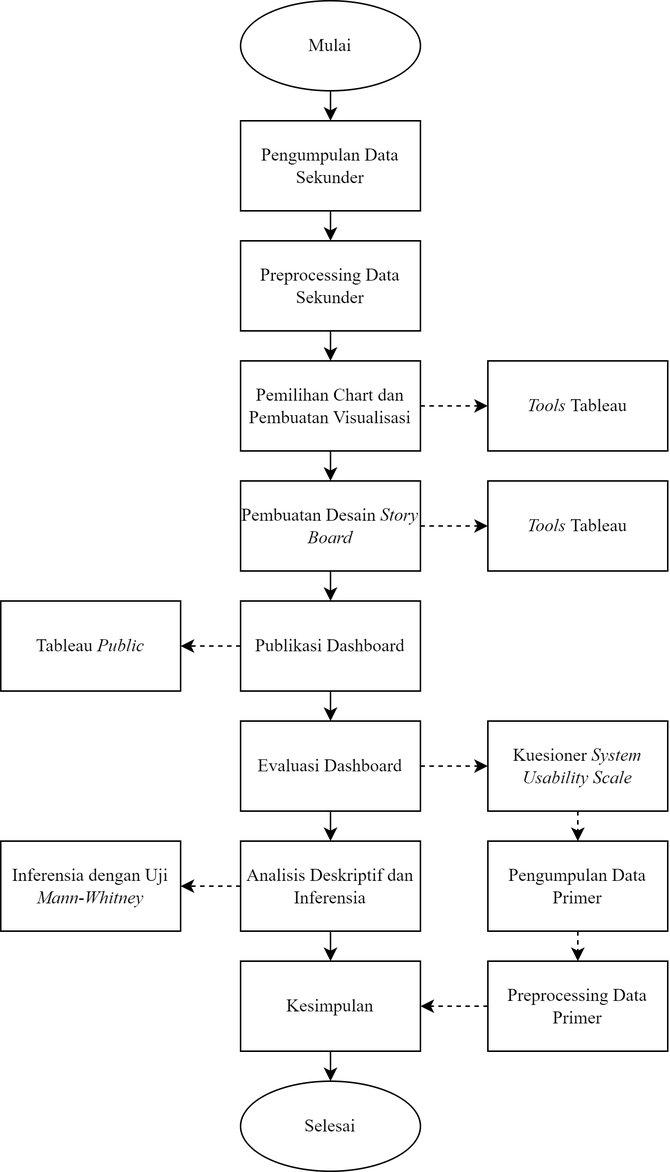
Above: Alur Penelitian/Alur Proyek Visdat.png in hasabirr/Proyek-UAS-Visualisasi-Data-Informasi (draw.io), before the change. Source tidied: cells renumbered, new cells last; positions are measured from the earlier drawing's top-left corner, leaving out a move shared by most shapes.
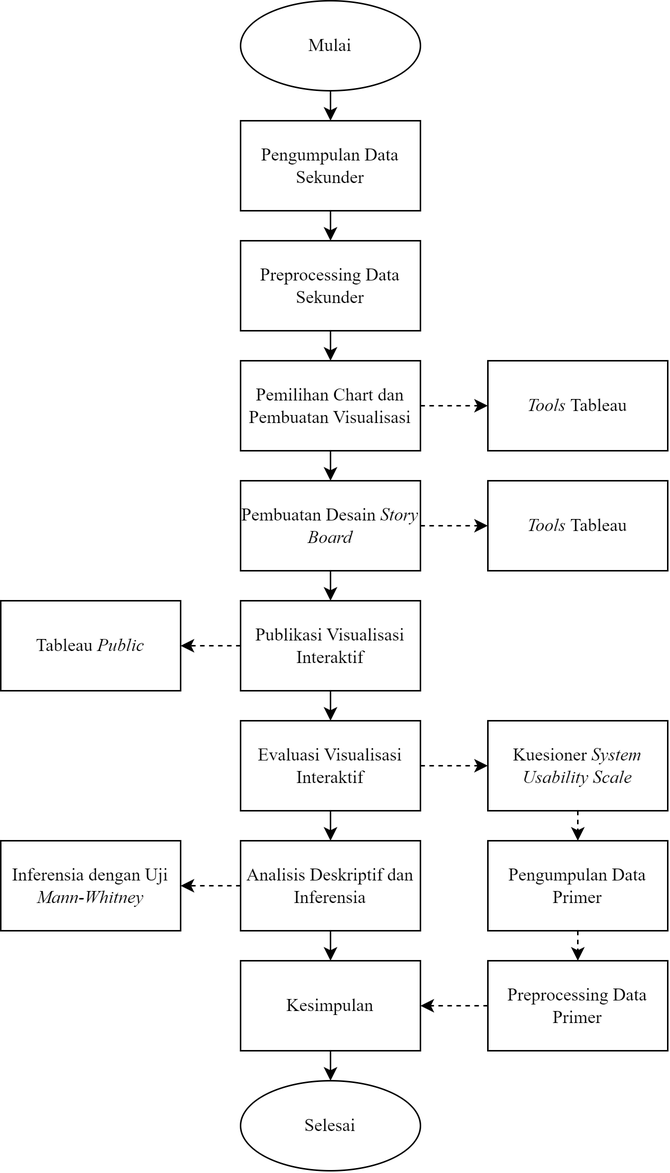
The same file after the commit.

Commit message:
Add Alur Penlitian v2

The edit, as a diff of the source:
```diff
@@ -44,7 +44,7 @@
     <mxCell id="15" style="edgeStyle=orthogonalEdgeStyle;rounded=0;jettySize=auto;html=1;exitX=0;exitY=0.5;exitDx=0;exitDy=0;entryX=1;entryY=0.5;entryDx=0;entryDy=0;dashed=1;" parent="1" edge="1" source="16" target="26">
       <mxGeometry relative="1" as="geometry" />
     </mxCell>
-    <mxCell id="16" value="&lt;font face=&quot;Times New Roman&quot;&gt;Publikasi Dashboard&lt;/font&gt;" style="rounded=0;whiteSpace=wrap;html=1;" parent="1" vertex="1">
+    <mxCell id="16" value="&lt;font face=&quot;Times New Roman&quot;&gt;Publikasi Visualisasi Interaktif&lt;/font&gt;" style="rounded=0;whiteSpace=wrap;html=1;" parent="1" vertex="1">
       <mxGeometry x="160" y="400" width="120" height="60" as="geometry" />
     </mxCell>
     <mxCell id="17" style="edgeStyle=orthogonalEdgeStyle;rounded=0;jettySize=auto;html=1;exitX=0.5;exitY=1;exitDx=0;exitDy=0;entryX=0.5;entryY=0;entryDx=0;entryDy=0;" parent="1" edge="1" source="19" target="22">
@@ -53,7 +53,7 @@
     <mxCell id="18" style="edgeStyle=orthogonalEdgeStyle;rounded=0;jettySize=auto;html=1;exitX=1;exitY=0.5;exitDx=0;exitDy=0;entryX=0;entryY=0.5;entryDx=0;entryDy=0;dashed=1;" parent="1" edge="1" source="19" target="30">
       <mxGeometry relative="1" as="geometry" />
     </mxCell>
-    <mxCell id="19" value="&lt;font face=&quot;Times New Roman&quot;&gt;Evaluasi Dashboard&lt;/font&gt;" style="rounded=0;whiteSpace=wrap;html=1;" parent="1" vertex="1">
+    <mxCell id="19" value="&lt;font face=&quot;Times New Roman&quot;&gt;Evaluasi Visualisasi Interaktif&lt;/font&gt;" style="rounded=0;whiteSpace=wrap;html=1;" parent="1" vertex="1">
       <mxGeometry x="160" y="480" width="120" height="60" as="geometry" />
     </mxCell>
     <mxCell id="20" style="edgeStyle=orthogonalEdgeStyle;rounded=0;jettySize=auto;html=1;exitX=0.5;exitY=1;exitDx=0;exitDy=0;entryX=0.5;entryY=0;entryDx=0;entryDy=0;" parent="1" edge="1" source="22" target="24">
```
